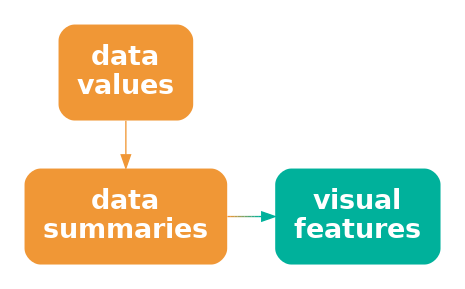
The Graphviz diagram Diagrams/stat-vis.png in pmur002/hdvw, before a commit. Its source is kept beside it as Diagrams/stat-vis.dot.
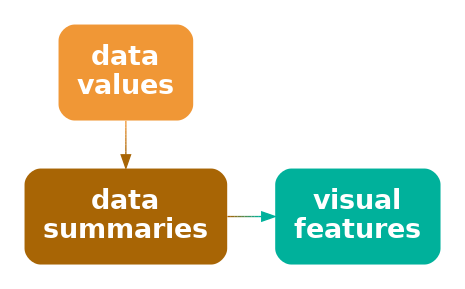
Above is the later version.

What changed in the source:
```diff
@@ -2,10 +2,10 @@
   graph [ rankdir=LR; margin=.2; nodesep=.5 ];
   node [ fontsize=20; fontname="sans bold"; margin=.2 ];
   data [ label="data\nvalues"; shape=box; style="filled, rounded"; penwidth=0; fontcolor=white; fillcolor="#F09736" ]
-  stat [ label="data\nsummaries"; shape=box; style="filled, rounded"; penwidth=0; fontcolor=white; fillcolor="#F09736" ]
+  stat [ label="data\nsummaries"; shape=box; style="filled, rounded"; penwidth=0; fontcolor=white; fillcolor="#A86505" ]
   vis [ label="visual\nfeatures"; shape=box;
      style="filled, rounded"; penwidth=0; fontcolor=white; fillcolor="#00B19B" ]
-  data -> stat [ color="#F09736" ]
-  stat -> vis [ color="#F09736;0.1:#D59A41;0.1:#BB9D4C;0.1:#A0A058;0.1:#85A363;0.1:#6BA56E;0.1:#50A879;0.1:#35AB85;0.1:#1BAE90;0.1:#00B19B;0.1" ]
+  data -> stat [ color="#F09736;0.1:#E89131;0.1:#E08C2B;0.1:#D88626;0.1:#D08120;0.1:#C87B1B;0.1:#C07615;0.1:#B87010;0.1:#B06B0A;0.1:#A86505;0.1" ]
+  stat -> vis [ color="#A86505;0.1:#956D16;0.1:#837626;0.1:#707E37;0.1:#5D8748;0.1:#4B8F58;0.1:#389869;0.1:#25A07A;0.1:#13A98A;0.1:#00B19B;0.1" ]
 { rank=same; data, stat }
 }
```
